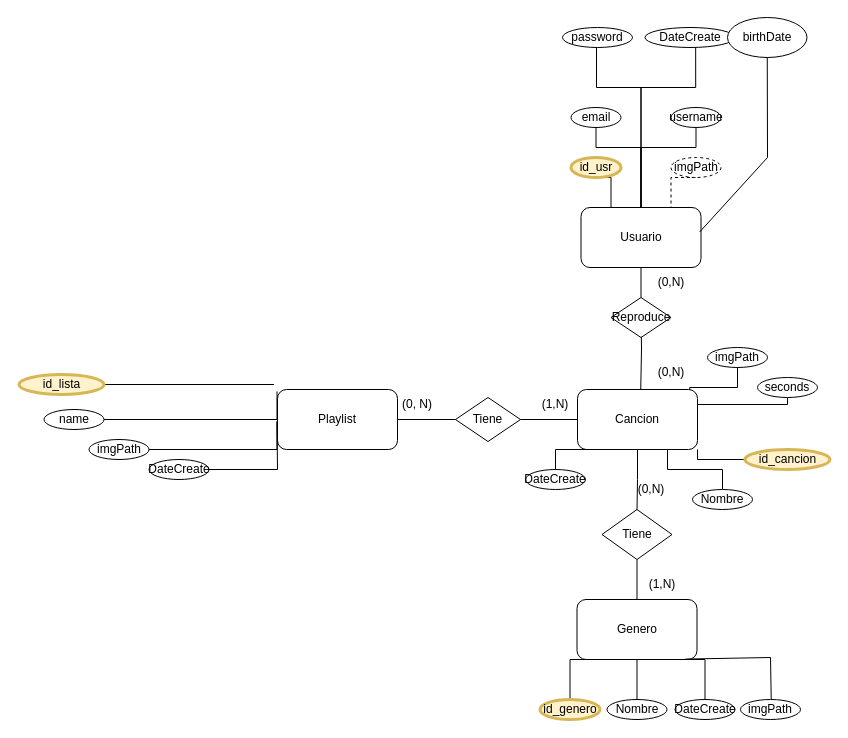
Before: docs/DB/SoundE.drawio in ainhoamr24/Practicas, a draw.io diagram. Source tidied: cells renumbered, new cells numbered last; positions are measured from the earlier drawing's top-left corner, leaving out a move shared by most shapes. Both pictures are drawn from the tidied source at 100%, with x=0, y=0 at pixel (19, 17).
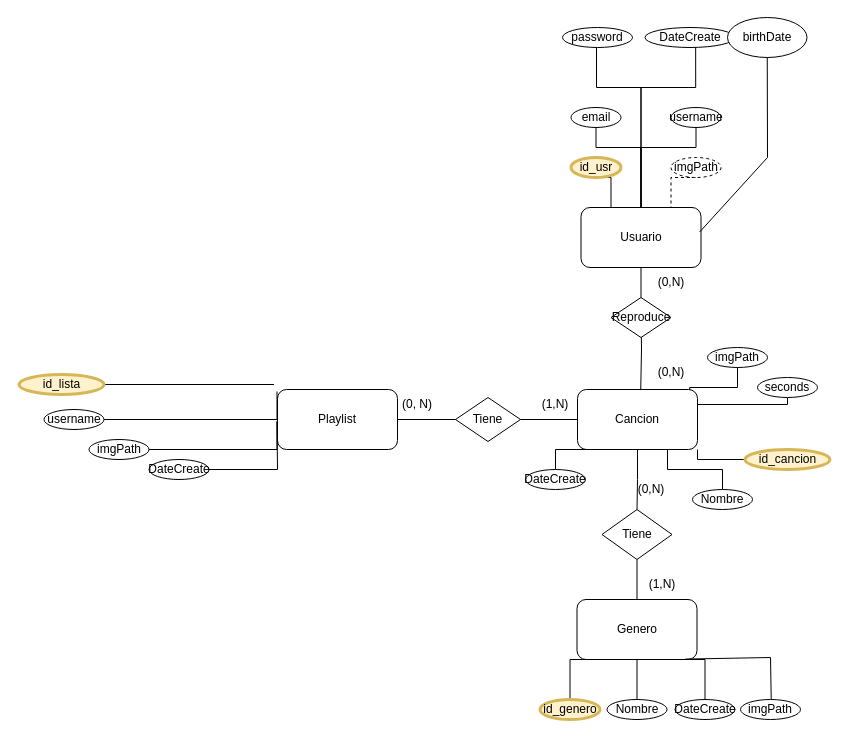
Above is the later version.

Diff of the diagram source:
```diff
@@
-    <mxCell id="26" value="name" style="ellipse;whiteSpace=wrap;html=1;strokeWidth=1;" parent="1" vertex="1">
+    <mxCell id="26" value="username" style="ellipse;whiteSpace=wrap;html=1;strokeWidth=1;" parent="1" vertex="1">
       <mxGeometry x="24.5" y="392" width="60" height="20" as="geometry" />
     </mxCell>
```
